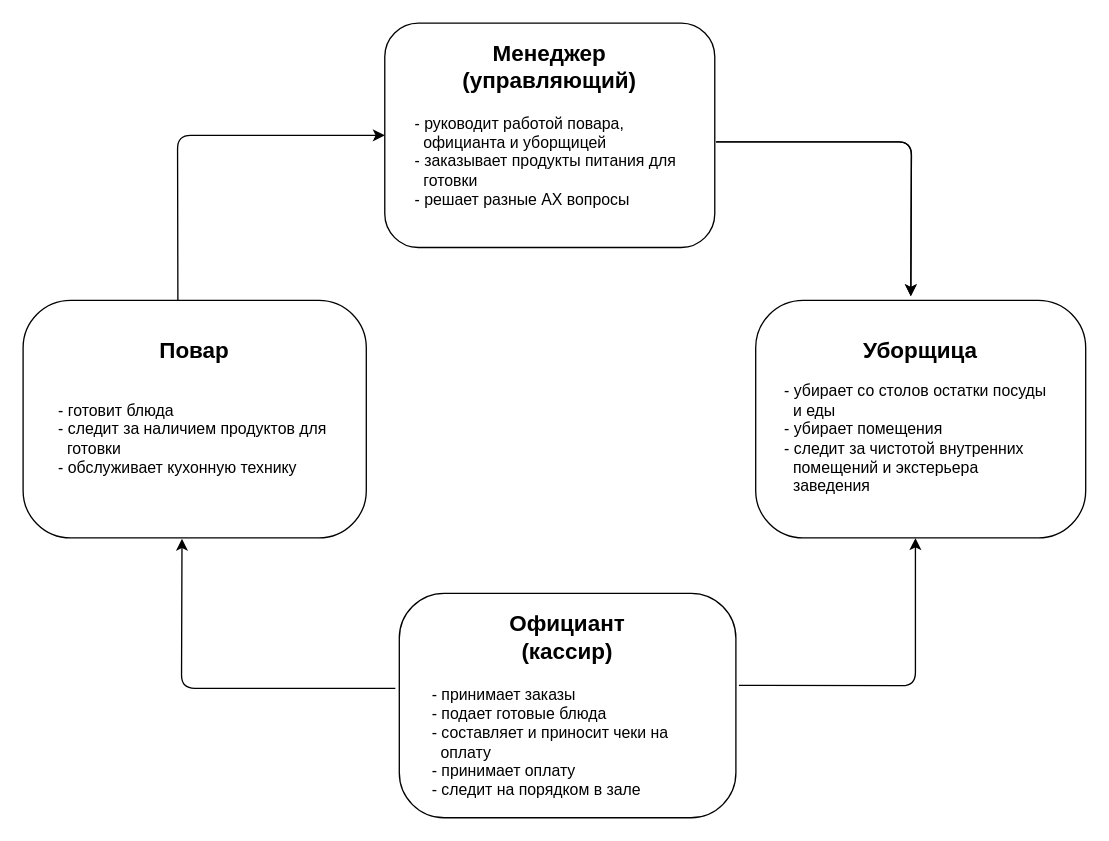
The draw.io diagram chapter_002/src/main/java/ru/job4j/tracker/Untitled Diagram.drawio in alexsu35/job4j, before the edit. Source tidied: cells renumbered, new cells numbered last; positions are measured from the earlier drawing's top-left corner, leaving out a move shared by most shapes. Both pictures are drawn from the tidied source at 132%, with x=0, y=0 at pixel (22, 22).
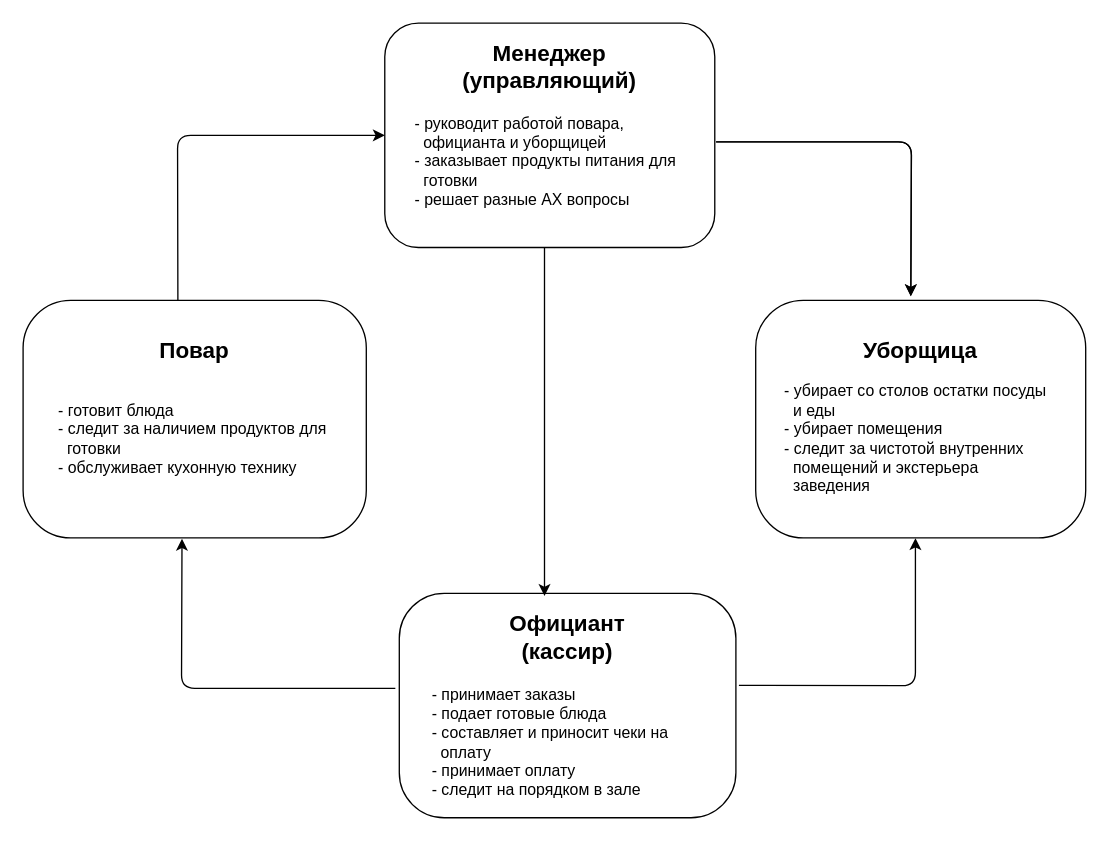
The same page after the edit.

What changed in the source:
```diff
@@
+    <mxCell id="15" style="endArrow=classic;html=1;" parent="1" edge="1">
+      <mxGeometry relative="1" as="geometry">
+        <mxPoint x="395" y="170" as="sourcePoint" />
+        <mxPoint x="395" y="434" as="targetPoint" />
+      </mxGeometry>
+    </mxCell>
```
